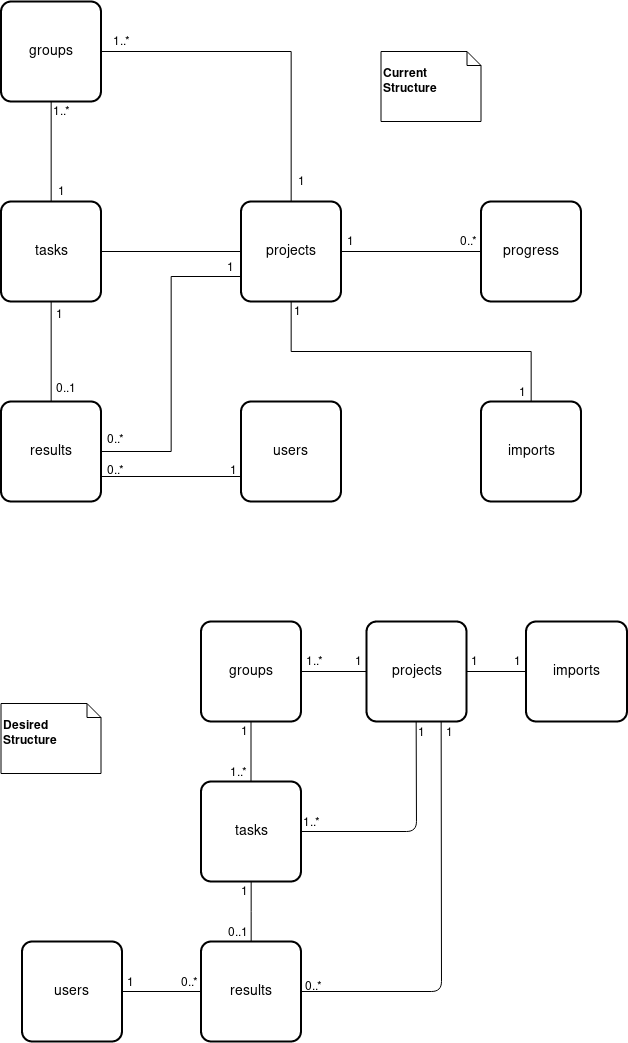
Before: docs/_static/img/entity_relationship_diagram-postgres.png, a diagram exported from draw.io (mapswipe/python-mapswipe-workers). Source tidied: cells renumbered, new cells last; positions are measured from the earlier drawing's top-left corner, leaving out a move shared by most shapes.
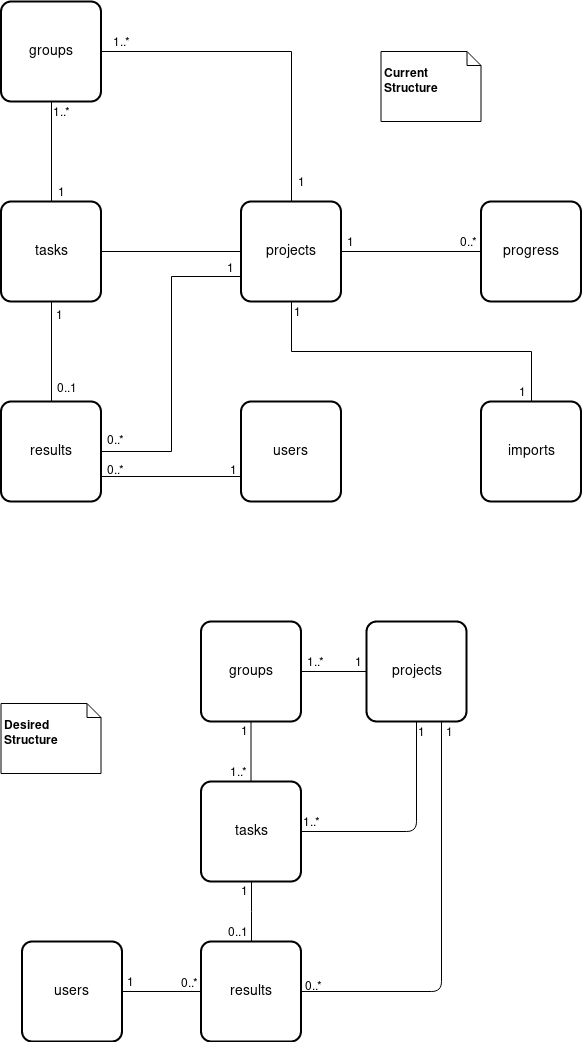
After the commit.

The edit, as a diff of the source:
```diff
@@ -133,12 +133,6 @@
     <mxCell id="36" value="projects" style="strokeWidth=2;rounded=1;arcSize=10;whiteSpace=wrap;html=1;align=center;fontSize=14;" parent="1" vertex="1">
       <mxGeometry x="366" y="620" width="100" height="100" as="geometry" />
     </mxCell>
-    <mxCell id="37" style="edgeStyle=orthogonalEdgeStyle;rounded=0;jettySize=auto;html=1;exitX=0;exitY=0.5;exitDx=0;exitDy=0;entryX=1;entryY=0.5;entryDx=0;entryDy=0;endArrow=none;endFill=0;" parent="1" edge="1" source="38" target="36">
-      <mxGeometry relative="1" as="geometry" />
-    </mxCell>
-    <mxCell id="38" value="imports" style="strokeWidth=2;rounded=1;arcSize=10;whiteSpace=wrap;html=1;align=center;fontSize=14;" parent="1" vertex="1">
-      <mxGeometry x="525.5" y="620" width="101" height="100" as="geometry" />
-    </mxCell>
     <mxCell id="39" style="edgeStyle=orthogonalEdgeStyle;rounded=0;jettySize=auto;html=1;exitX=1;exitY=0.5;exitDx=0;exitDy=0;endArrow=none;endFill=0;" parent="1" edge="1" source="42" target="36">
       <mxGeometry relative="1" as="geometry" />
     </mxCell>
@@ -167,12 +161,6 @@
     <mxCell id="46" value="1" style="text;html=1;align=left;verticalAlign=top;spacingTop=-4;" parent="1" vertex="1">
       <mxGeometry x="238.5" y="881" width="20" height="20" as="geometry" />
     </mxCell>
-    <mxCell id="47" value="1" style="text;html=1;align=left;verticalAlign=top;spacingTop=-4;" parent="1" vertex="1">
-      <mxGeometry x="511.5" y="651" width="20" height="20" as="geometry" />
-    </mxCell>
-    <mxCell id="48" value="1" style="text;html=1;align=left;verticalAlign=top;spacingTop=-4;" parent="1" vertex="1">
-      <mxGeometry x="468.5" y="651" width="20" height="20" as="geometry" />
-    </mxCell>
     <mxCell id="49" value="1" style="text;html=1;align=center;verticalAlign=middle;labelBackgroundColor=#ffffff;" parent="1" vertex="1">
       <mxGeometry x="514.3" y="390.1" as="geometry">
         <mxPoint x="8" as="offset" />
```
